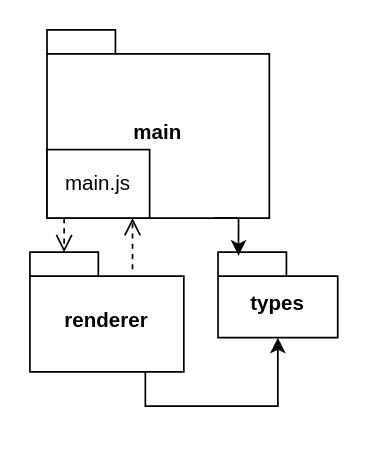
zezosarg/bibliography-manager keeps this draw.io diagram as doc/package_diagram.drawio. Above is the earlier version. Source tidied: cells renumbered, new cells numbered last; positions are measured from the earlier drawing's top-left corner, leaving out a move shared by most shapes. Both pictures are drawn from the tidied source at 171%, with x=0, y=0 at pixel (29, 29).
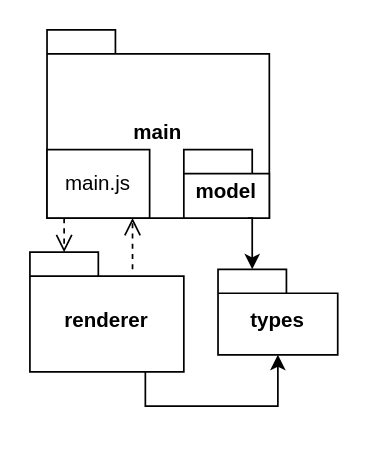
Above is the later version.

Change to the diagram source:
```diff
@@
 <mxGraphModel>
   <root>
     <mxCell id="0" />
     <mxCell id="1" parent="0" />
     <mxCell id="2" value="main" style="shape=folder;fontStyle=1;spacingTop=10;tabWidth=40;tabHeight=14;tabPosition=left;html=1;whiteSpace=wrap;" parent="1" vertex="1">
       <mxGeometry x="10" width="130" height="110" as="geometry" />
     </mxCell>
     <mxCell id="3" value="&lt;div&gt;renderer&lt;/div&gt;" style="shape=folder;fontStyle=1;spacingTop=10;tabWidth=40;tabHeight=14;tabPosition=left;html=1;whiteSpace=wrap;" parent="1" vertex="1">
       <mxGeometry y="130" width="90" height="70" as="geometry" />
     </mxCell>
     <mxCell id="4" value="types" style="shape=folder;fontStyle=1;spacingTop=10;tabWidth=40;tabHeight=14;tabPosition=left;html=1;whiteSpace=wrap;" parent="1" vertex="1">
-      <mxGeometry x="110" y="130" width="70" height="50" as="geometry" />
+      <mxGeometry x="110" y="140" width="70" height="50" as="geometry" />
     </mxCell>
     <mxCell id="5" value="&lt;div&gt;main.js&lt;/div&gt;" style="html=1;whiteSpace=wrap;" parent="1" vertex="1">
       <mxGeometry x="10" y="70" width="60" height="40" as="geometry" />
     </mxCell>
-    <mxCell id="6" style="edgeStyle=orthogonalEdgeStyle;rounded=0;jettySize=auto;html=1;exitX=0.75;exitY=1;exitDx=0;exitDy=0;exitPerimeter=0;entryX=0.171;entryY=0.04;entryDx=0;entryDy=0;entryPerimeter=0;" parent="1" edge="1" source="2" target="4">
-      <mxGeometry relative="1" as="geometry" />
-    </mxCell>
     <mxCell id="7" style="edgeStyle=orthogonalEdgeStyle;rounded=0;jettySize=auto;html=1;exitX=0.75;exitY=1;exitDx=0;exitDy=0;exitPerimeter=0;entryX=0.5;entryY=1;entryDx=0;entryDy=0;entryPerimeter=0;" parent="1" edge="1" source="3" target="4">
       <mxGeometry relative="1" as="geometry" />
     </mxCell>
     <mxCell id="8" style="html=1;verticalAlign=bottom;endArrow=open;dashed=1;endSize=8;curved=0;rounded=0;" parent="1" edge="1">
       <mxGeometry relative="1" as="geometry">
         <mxPoint x="60" y="140" as="sourcePoint" />
         <mxPoint x="60" y="110" as="targetPoint" />
       </mxGeometry>
     </mxCell>
     <mxCell id="9" style="html=1;verticalAlign=bottom;endArrow=open;dashed=1;endSize=8;curved=0;rounded=0;" parent="1" edge="1">
       <mxGeometry relative="1" as="geometry">
         <mxPoint x="20" y="110" as="sourcePoint" />
         <mxPoint x="20" y="130" as="targetPoint" />
       </mxGeometry>
     </mxCell>
+    <mxCell id="10" value="model" style="shape=folder;fontStyle=1;spacingTop=10;tabWidth=40;tabHeight=14;tabPosition=left;html=1;whiteSpace=wrap;" parent="1" vertex="1">
+      <mxGeometry x="90" y="70" width="50" height="40" as="geometry" />
+    </mxCell>
+    <mxCell id="11" style="edgeStyle=orthogonalEdgeStyle;rounded=0;jettySize=auto;html=1;exitX=0.75;exitY=1;exitDx=0;exitDy=0;exitPerimeter=0;entryX=0;entryY=0;entryDx=20;entryDy=0;entryPerimeter=0;" parent="1" edge="1" source="10" target="4">
+      <mxGeometry relative="1" as="geometry" />
+    </mxCell>
   </root>
 </mxGraphModel>
```
